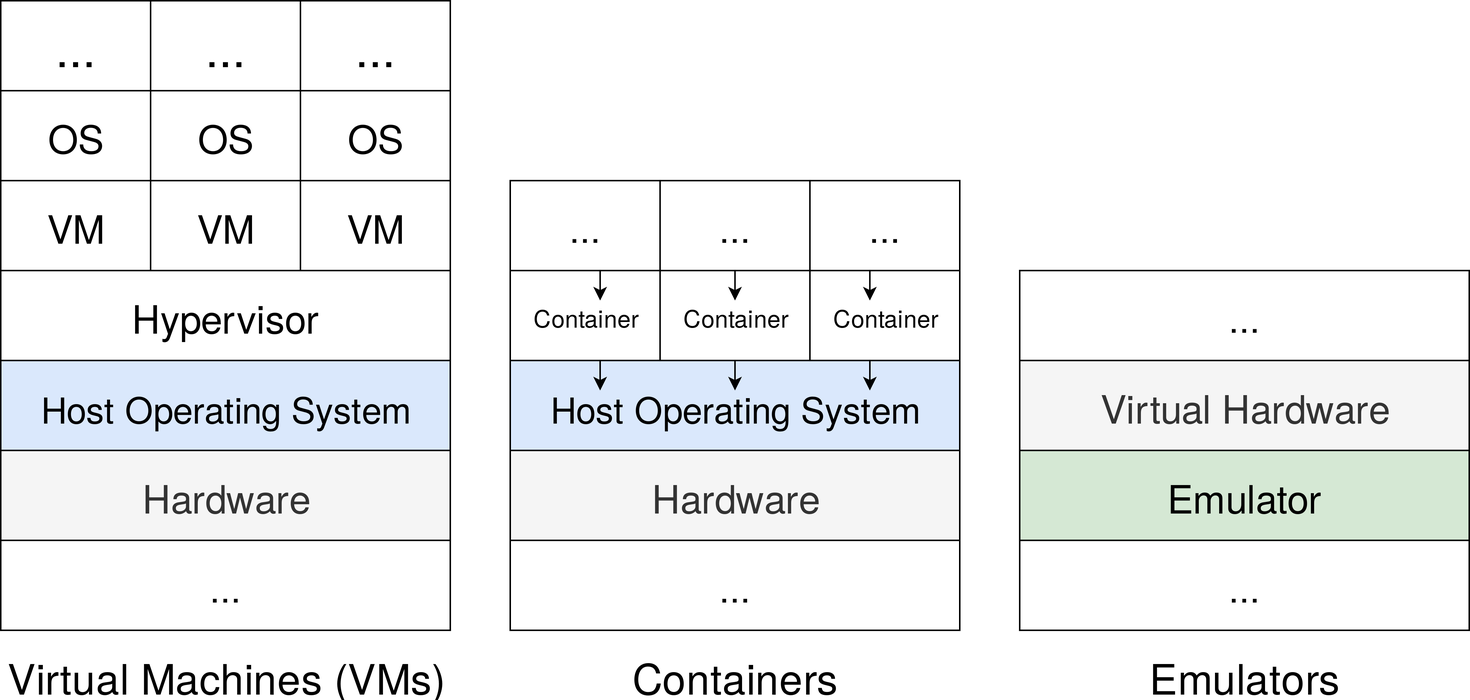
The draw.io diagram latex/thesis/figures/vms_containers_emulators.png in breandan/kotlingrad, before a commit. Source tidied: cells renumbered, new cells last; positions are measured from the earlier drawing's top-left corner, leaving out a move shared by most shapes.
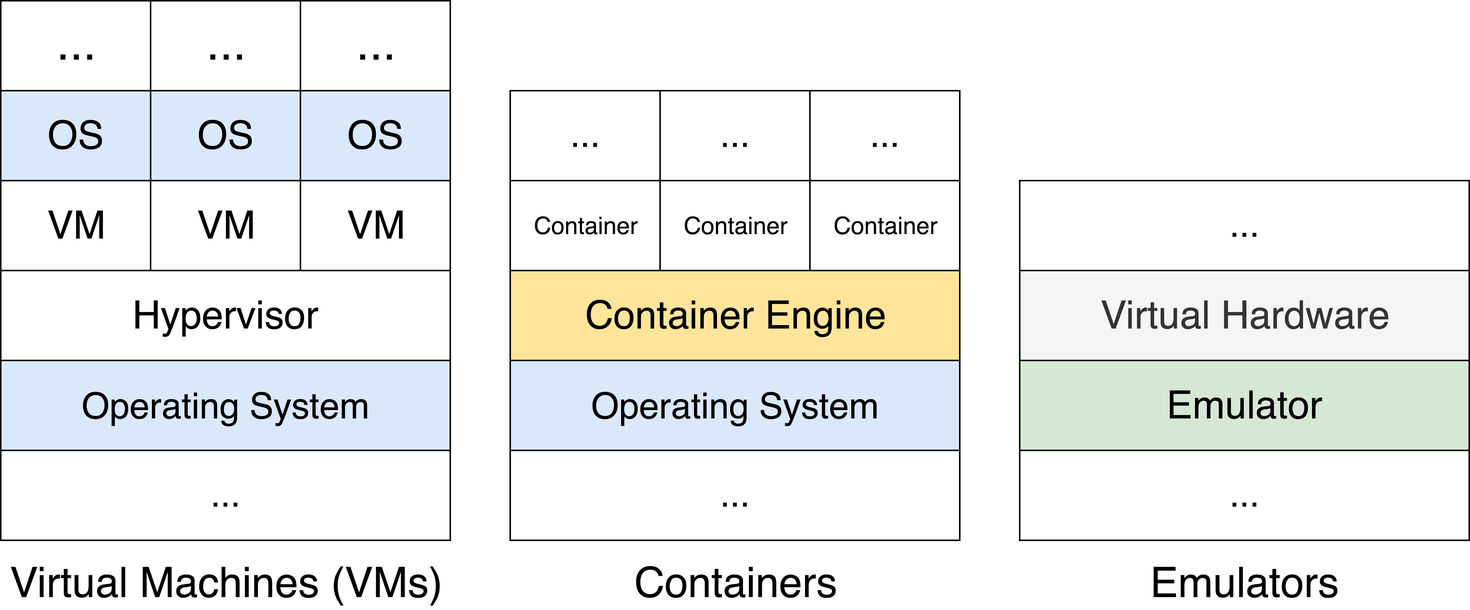
Above is the later version.

Commit message:
update container diagram

What changed in the source:
```diff
@@ -2,64 +2,48 @@
   <root>
     <mxCell id="0" />
     <mxCell id="1" parent="0" />
-    <mxCell id="2" value="&lt;font style=&quot;font-size: 26px&quot;&gt;Hardware&lt;/font&gt;" style="rounded=0;whiteSpace=wrap;html=1;fillColor=#f5f5f5;strokeColor=#000000;fontColor=#333333;" parent="1" vertex="1">
-      <mxGeometry y="300" width="300" height="60" as="geometry" />
-    </mxCell>
-    <mxCell id="3" value="&lt;font style=&quot;font-size: 24px&quot;&gt;Host Operating System&lt;/font&gt;&lt;font style=&quot;font-size: 26px&quot;&gt;&lt;br&gt;&lt;/font&gt;" style="rounded=0;whiteSpace=wrap;html=1;fillColor=#dae8fc;strokeColor=#000000;" parent="1" vertex="1">
-      <mxGeometry y="240" width="300" height="60" as="geometry" />
+    <mxCell id="3" value="&lt;font style=&quot;font-size: 24px&quot;&gt;Operating System&lt;/font&gt;&lt;font style=&quot;font-size: 26px&quot;&gt;&lt;br&gt;&lt;/font&gt;" style="rounded=0;whiteSpace=wrap;html=1;fillColor=#dae8fc;strokeColor=#000000;" parent="1" vertex="1">
+      <mxGeometry y="300" width="300" height="60" as="geometry" />
     </mxCell>
     <mxCell id="4" value="&lt;font style=&quot;font-size: 26px&quot;&gt;Hypervisor&lt;font style=&quot;font-size: 26px&quot;&gt;&lt;br&gt;&lt;/font&gt;&lt;/font&gt;" style="rounded=0;whiteSpace=wrap;html=1;" parent="1" vertex="1">
-      <mxGeometry y="180" width="300" height="60" as="geometry" />
+      <mxGeometry y="240" width="300" height="60" as="geometry" />
     </mxCell>
     <mxCell id="5" value="&lt;font style=&quot;font-size: 26px&quot;&gt;VM&lt;font style=&quot;font-size: 26px&quot;&gt;&lt;font style=&quot;font-size: 26px&quot;&gt;&lt;br&gt;&lt;/font&gt;&lt;/font&gt;&lt;/font&gt;" style="rounded=0;whiteSpace=wrap;html=1;" parent="1" vertex="1">
-      <mxGeometry x="200" y="120" width="100" height="60" as="geometry" />
+      <mxGeometry x="200" y="180" width="100" height="60" as="geometry" />
     </mxCell>
-    <mxCell id="6" value="&lt;font style=&quot;font-size: 26px&quot;&gt;OS&lt;font style=&quot;font-size: 26px&quot;&gt;&lt;font style=&quot;font-size: 26px&quot;&gt;&lt;br&gt;&lt;/font&gt;&lt;/font&gt;&lt;/font&gt;" style="rounded=0;whiteSpace=wrap;html=1;" parent="1" vertex="1">
-      <mxGeometry x="200" y="60" width="100" height="60" as="geometry" />
+    <mxCell id="6" value="&lt;font style=&quot;font-size: 26px&quot;&gt;OS&lt;font style=&quot;font-size: 26px&quot;&gt;&lt;font style=&quot;font-size: 26px&quot;&gt;&lt;br&gt;&lt;/font&gt;&lt;/font&gt;&lt;/font&gt;" style="rounded=0;whiteSpace=wrap;html=1;fillColor=#DAE8FC;" parent="1" vertex="1">
+      <mxGeometry x="200" y="120" width="100" height="60" as="geometry" />
     </mxCell>
-    <mxCell id="7" value="&lt;font style=&quot;font-size: 26px&quot;&gt;OS&lt;font style=&quot;font-size: 26px&quot;&gt;&lt;font style=&quot;font-size: 26px&quot;&gt;&lt;br&gt;&lt;/font&gt;&lt;/font&gt;&lt;/font&gt;" style="rounded=0;whiteSpace=wrap;html=1;" parent="1" vertex="1">
-      <mxGeometry x="100" y="60" width="100" height="60" as="geometry" />
+    <mxCell id="7" value="&lt;font style=&quot;font-size: 26px&quot;&gt;OS&lt;font style=&quot;font-size: 26px&quot;&gt;&lt;font style=&quot;font-size: 26px&quot;&gt;&lt;br&gt;&lt;/font&gt;&lt;/font&gt;&lt;/font&gt;" style="rounded=0;whiteSpace=wrap;html=1;fillColor=#DAE8FC;" parent="1" vertex="1">
+      <mxGeometry x="100" y="120" width="100" height="60" as="geometry" />
     </mxCell>
-    <mxCell id="8" value="&lt;font style=&quot;font-size: 26px&quot;&gt;OS&lt;font style=&quot;font-size: 26px&quot;&gt;&lt;font style=&quot;font-size: 26px&quot;&gt;&lt;br&gt;&lt;/font&gt;&lt;/font&gt;&lt;/font&gt;" style="rounded=0;whiteSpace=wrap;html=1;" parent="1" vertex="1">
-      <mxGeometry y="60" width="100" height="60" as="geometry" />
+    <mxCell id="8" value="&lt;font style=&quot;font-size: 26px&quot;&gt;OS&lt;font style=&quot;font-size: 26px&quot;&gt;&lt;font style=&quot;font-size: 26px&quot;&gt;&lt;br&gt;&lt;/font&gt;&lt;/font&gt;&lt;/font&gt;" style="rounded=0;whiteSpace=wrap;html=1;fillColor=#DAE8FC;" parent="1" vertex="1">
+      <mxGeometry y="120" width="100" height="60" as="geometry" />
     </mxCell>
     <mxCell id="9" value="&lt;font style=&quot;font-size: 32px&quot;&gt;...&lt;font style=&quot;font-size: 32px&quot;&gt;&lt;font style=&quot;font-size: 32px&quot;&gt;&lt;font style=&quot;font-size: 32px&quot;&gt;&lt;br&gt;&lt;/font&gt;&lt;/font&gt;&lt;/font&gt;&lt;/font&gt;" style="rounded=0;whiteSpace=wrap;html=1;" parent="1" vertex="1">
-      <mxGeometry width="100" height="60" as="geometry" />
+      <mxGeometry y="60" width="100" height="60" as="geometry" />
     </mxCell>
     <mxCell id="10" value="&lt;font style=&quot;font-size: 32px&quot;&gt;...&lt;/font&gt;" style="rounded=0;whiteSpace=wrap;html=1;" parent="1" vertex="1">
-      <mxGeometry x="100" width="100" height="60" as="geometry" />
+      <mxGeometry x="100" y="60" width="100" height="60" as="geometry" />
     </mxCell>
     <mxCell id="11" value="&lt;font style=&quot;font-size: 32px&quot;&gt;...&lt;font style=&quot;font-size: 32px&quot;&gt;&lt;font style=&quot;font-size: 32px&quot;&gt;&lt;font style=&quot;font-size: 32px&quot;&gt;&lt;br&gt;&lt;/font&gt;&lt;/font&gt;&lt;/font&gt;&lt;/font&gt;" style="rounded=0;whiteSpace=wrap;html=1;" parent="1" vertex="1">
-      <mxGeometry x="200" width="100" height="60" as="geometry" />
+      <mxGeometry x="200" y="60" width="100" height="60" as="geometry" />
     </mxCell>
     <mxCell id="12" value="&lt;font style=&quot;font-size: 26px&quot;&gt;VM&lt;font style=&quot;font-size: 26px&quot;&gt;&lt;font style=&quot;font-size: 26px&quot;&gt;&lt;br&gt;&lt;/font&gt;&lt;/font&gt;&lt;/font&gt;" style="rounded=0;whiteSpace=wrap;html=1;" parent="1" vertex="1">
-      <mxGeometry x="100" y="120" width="100" height="60" as="geometry" />
+      <mxGeometry x="100" y="180" width="100" height="60" as="geometry" />
     </mxCell>
     <mxCell id="13" value="&lt;font style=&quot;font-size: 26px&quot;&gt;VM&lt;font style=&quot;font-size: 26px&quot;&gt;&lt;font style=&quot;font-size: 26px&quot;&gt;&lt;br&gt;&lt;/font&gt;&lt;/font&gt;&lt;/font&gt;" style="rounded=0;whiteSpace=wrap;html=1;" parent="1" vertex="1">
-      <mxGeometry y="120" width="100" height="60" as="geometry" />
+      <mxGeometry y="180" width="100" height="60" as="geometry" />
     </mxCell>
-    <mxCell id="14" value="&lt;font style=&quot;font-size: 26px&quot;&gt;Hardware&lt;/font&gt;" style="rounded=0;whiteSpace=wrap;html=1;fillColor=#f5f5f5;strokeColor=#000000;fontColor=#333333;" parent="1" vertex="1">
-      <mxGeometry x="340" y="300" width="300" height="60" as="geometry" />
-    </mxCell>
-    <mxCell id="15" value="&lt;font style=&quot;font-size: 24px&quot;&gt;Host Operating System&lt;/font&gt;&lt;font style=&quot;font-size: 26px&quot;&gt;&lt;br&gt;&lt;/font&gt;" style="rounded=0;whiteSpace=wrap;html=1;fillColor=#dae8fc;strokeColor=#000000;" parent="1" vertex="1">
-      <mxGeometry x="340" y="240" width="300" height="60" as="geometry" />
+    <mxCell id="15" value="&lt;font style=&quot;font-size: 24px&quot;&gt;Operating System&lt;/font&gt;&lt;font style=&quot;font-size: 26px&quot;&gt;&lt;br&gt;&lt;/font&gt;" style="rounded=0;whiteSpace=wrap;html=1;fillColor=#dae8fc;strokeColor=#000000;" parent="1" vertex="1">
+      <mxGeometry x="340" y="300" width="300" height="60" as="geometry" />
     </mxCell>
-    <mxCell id="16" style="edgeStyle=orthogonalEdgeStyle;rounded=0;jettySize=auto;html=1;exitX=0.5;exitY=1;exitDx=0;exitDy=0;fillColor=#858585;" parent="1" edge="1" source="17">
-      <mxGeometry relative="1" as="geometry">
-        <mxPoint x="580" y="260" as="targetPoint" />
-      </mxGeometry>
-    </mxCell>
     <mxCell id="17" value="&lt;font style=&quot;font-size: 16px&quot;&gt;Container&lt;/font&gt;" style="rounded=0;whiteSpace=wrap;html=1;" parent="1" vertex="1">
       <mxGeometry x="540" y="180" width="100" height="60" as="geometry" />
     </mxCell>
     <mxCell id="18" value="&lt;font style=&quot;font-size: 16px&quot;&gt;Container&lt;font style=&quot;font-size: 16px&quot;&gt;&lt;font style=&quot;font-size: 16px&quot;&gt;&lt;font style=&quot;font-size: 16px&quot;&gt;&lt;br&gt;&lt;/font&gt;&lt;/font&gt;&lt;/font&gt;&lt;/font&gt;" style="rounded=0;whiteSpace=wrap;html=1;" parent="1" vertex="1">
       <mxGeometry x="440" y="180" width="100" height="60" as="geometry" />
     </mxCell>
-    <mxCell id="19" style="edgeStyle=orthogonalEdgeStyle;rounded=0;jettySize=auto;html=1;exitX=0.5;exitY=1;exitDx=0;exitDy=0;fillColor=#858585;" parent="1" edge="1" source="20">
-      <mxGeometry relative="1" as="geometry">
-        <mxPoint x="400" y="260" as="targetPoint" />
-      </mxGeometry>
-    </mxCell>
     <mxCell id="20" value="&lt;font style=&quot;font-size: 16px&quot;&gt;Container&lt;/font&gt;" style="rounded=0;whiteSpace=wrap;html=1;" parent="1" vertex="1">
       <mxGeometry x="340" y="180" width="100" height="60" as="geometry" />
     </mxCell>
@@ -90,22 +74,6 @@
     <mxCell id="29" value="&lt;font style=&quot;font-size: 24px&quot;&gt;...&lt;/font&gt;" style="rounded=0;whiteSpace=wrap;html=1;" parent="1" vertex="1">
       <mxGeometry x="680" y="360" width="300" height="60" as="geometry" />
     </mxCell>
-    <mxCell id="30" style="edgeStyle=orthogonalEdgeStyle;rounded=0;orthogonalLoop=1;jettySize=auto;html=1;exitX=0.5;exitY=0;exitDx=0;exitDy=0;entryX=0.5;entryY=0.333;entryDx=0;entryDy=0;entryPerimeter=0;fillColor=#858585;" parent="1" edge="1" source="15" target="15">
-      <mxGeometry relative="1" as="geometry" />
-    </mxCell>
-    <mxCell id="31" style="edgeStyle=orthogonalEdgeStyle;rounded=0;jettySize=auto;html=1;exitX=0.25;exitY=0;exitDx=0;exitDy=0;fillColor=#858585;" parent="1" edge="1" source="17">
-      <mxGeometry relative="1" as="geometry">
-        <mxPoint x="580" y="200" as="targetPoint" />
-      </mxGeometry>
-    </mxCell>
-    <mxCell id="32" style="edgeStyle=orthogonalEdgeStyle;rounded=0;orthogonalLoop=1;jettySize=auto;html=1;exitX=0.5;exitY=0;exitDx=0;exitDy=0;entryX=0.5;entryY=0.333;entryDx=0;entryDy=0;entryPerimeter=0;fillColor=#858585;" parent="1" edge="1" source="18" target="18">
-      <mxGeometry relative="1" as="geometry" />
-    </mxCell>
-    <mxCell id="33" style="edgeStyle=orthogonalEdgeStyle;rounded=0;jettySize=auto;html=1;exitX=0.5;exitY=0;exitDx=0;exitDy=0;fillColor=#858585;" parent="1" edge="1" source="20">
-      <mxGeometry relative="1" as="geometry">
-        <mxPoint x="400" y="200" as="targetPoint" />
-      </mxGeometry>
-    </mxCell>
     <mxCell id="34" value="&lt;font style=&quot;font-size: 28px&quot;&gt;Virtual Machines (VMs)&lt;/font&gt;" style="text;html=1;strokeColor=none;fillColor=none;align=center;verticalAlign=middle;whiteSpace=wrap;rounded=0;" parent="1" vertex="1">
       <mxGeometry y="440" width="300" height="20" as="geometry" />
     </mxCell>
@@ -115,5 +83,8 @@
     <mxCell id="36" value="&lt;font style=&quot;font-size: 28px&quot;&gt;Emulators&lt;/font&gt;" style="text;html=1;strokeColor=none;fillColor=none;align=center;verticalAlign=middle;whiteSpace=wrap;rounded=0;" parent="1" vertex="1">
       <mxGeometry x="680" y="440" width="300" height="20" as="geometry" />
     </mxCell>
+    <mxCell id="37" value="&lt;font style=&quot;font-size: 26px&quot;&gt;Container Engine&lt;/font&gt;" style="rounded=0;whiteSpace=wrap;html=1;fillColor=#FFE599;strokeColor=#000000;" parent="1" vertex="1">
+      <mxGeometry x="340" y="240" width="300" height="60" as="geometry" />
+    </mxCell>
   </root>
 </mxGraphModel>
```
